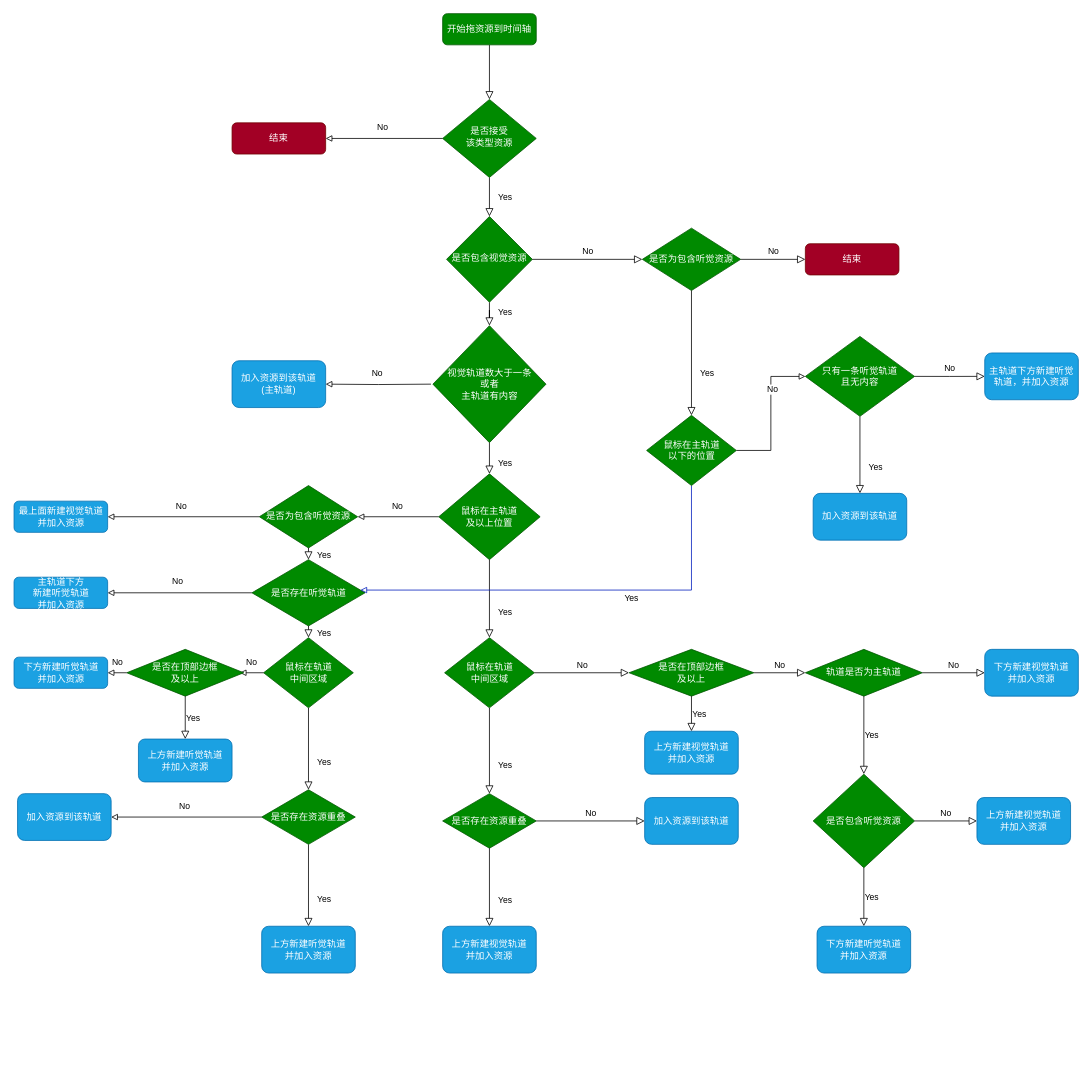
The draw.io diagram Untitled Diagram.drawio in macfanr/SliderView, before the edit. Source tidied: cells renumbered, new cells numbered last; positions are measured from the earlier drawing's top-left corner, leaving out a move shared by most shapes. Both pictures are drawn from the tidied source at 78%, with x=0, y=0 at pixel (14, 13).
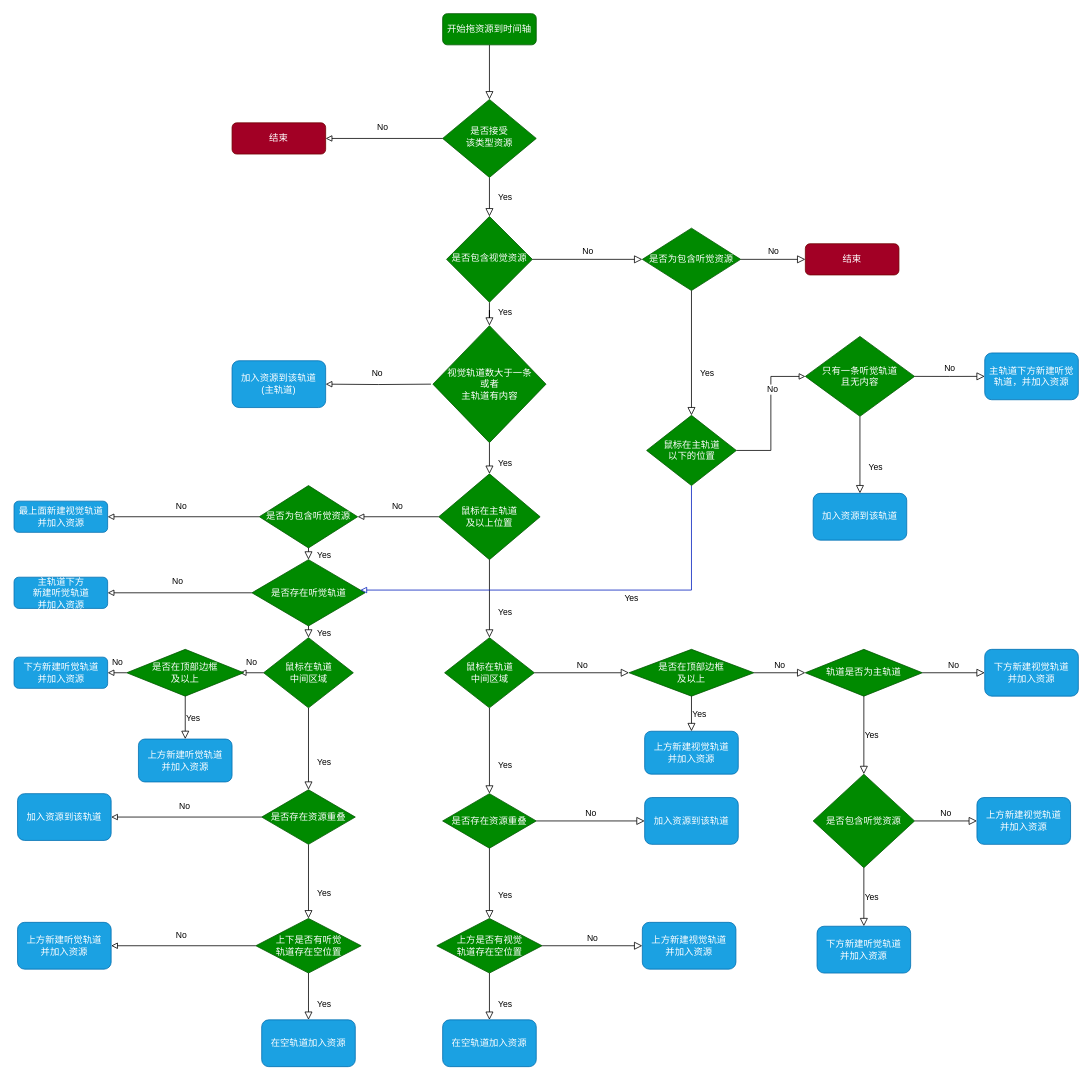
After the change.

The change refers to these unchanged cells:
```xml
<mxCell id="14" value="是否存在资源重叠" style="rhombus;whiteSpace=wrap;html=1;rounded=0;fillColor=#008a00;fontColor=#ffffff;strokeColor=#005700;" parent="1" vertex="1">
  <mxGeometry x="549" y="1000" width="120" height="70" as="geometry" />
</mxCell>
<mxCell id="48" value="是否存在资源重叠" style="rhombus;whiteSpace=wrap;html=1;rounded=0;fillColor=#008a00;fontColor=#ffffff;strokeColor=#005700;" parent="1" vertex="1">
  <mxGeometry x="317" y="995" width="120" height="70" as="geometry" />
</mxCell>
```

The edit, as a diff of the source:
```diff
@@
-    <mxCell id="15" value="Yes" style="rounded=0;html=1;jettySize=auto;fontSize=11;endArrow=block;endFill=0;endSize=8;strokeWidth=1;shadow=0;labelBackgroundColor=none;edgeStyle=orthogonalEdgeStyle;entryX=0.5;entryY=0;entryDx=0;entryDy=0;exitX=0.5;exitY=1;exitDx=0;exitDy=0;" parent="1" edge="1" source="14" target="16">
+    <mxCell id="15" value="Yes" style="rounded=0;html=1;jettySize=auto;fontSize=11;endArrow=block;endFill=0;endSize=8;strokeWidth=1;shadow=0;labelBackgroundColor=none;edgeStyle=orthogonalEdgeStyle;entryX=0.5;entryY=0;entryDx=0;entryDy=0;exitX=0.5;exitY=1;exitDx=0;exitDy=0;" parent="1" edge="1" source="14" target="82">
       <mxGeometry x="0.33" y="20" relative="1" as="geometry" />
     </mxCell>
-    <mxCell id="16" value="上方新建视觉轨道&lt;br&gt;并加入资源" style="whiteSpace=wrap;html=1;rounded=1;glass=0;strokeWidth=1;shadow=0;fillColor=#1ba1e2;fontColor=#ffffff;strokeColor=#006EAF;" parent="1" vertex="1">
-      <mxGeometry x="549" y="1170" width="120" height="60" as="geometry" />
+    <mxCell id="16" value="在空轨道加入资源" style="whiteSpace=wrap;html=1;rounded=1;glass=0;strokeWidth=1;shadow=0;fillColor=#1ba1e2;fontColor=#ffffff;strokeColor=#006EAF;" parent="1" vertex="1">
+      <mxGeometry x="549" y="1290" width="120" height="60" as="geometry" />
     </mxCell>
@@
     <mxCell id="46" value="上方新建听觉轨道&lt;br&gt;并加入资源" style="whiteSpace=wrap;html=1;rounded=1;glass=0;strokeWidth=1;shadow=0;fillColor=#1ba1e2;fontColor=#ffffff;strokeColor=#006EAF;" parent="1" vertex="1">
-      <mxGeometry x="317" y="1170" width="120" height="60" as="geometry" />
+      <mxGeometry x="4" y="1165" width="120" height="60" as="geometry" />
     </mxCell>
-    <mxCell id="47" value="Yes" style="rounded=0;html=1;jettySize=auto;fontSize=11;endArrow=block;endFill=0;endSize=8;strokeWidth=1;shadow=0;labelBackgroundColor=none;edgeStyle=orthogonalEdgeStyle;entryX=0.5;entryY=0;entryDx=0;entryDy=0;exitX=0.5;exitY=1;exitDx=0;exitDy=0;" parent="1" edge="1" source="48" target="46">
+    <mxCell id="47" value="Yes" style="rounded=0;html=1;jettySize=auto;fontSize=11;endArrow=block;endFill=0;endSize=8;strokeWidth=1;shadow=0;labelBackgroundColor=none;edgeStyle=orthogonalEdgeStyle;entryX=0.5;entryY=0;entryDx=0;entryDy=0;exitX=0.5;exitY=1;exitDx=0;exitDy=0;" parent="1" edge="1" source="48" target="86">
       <mxGeometry x="0.33" y="20" relative="1" as="geometry" />
     </mxCell>
@@
+    <mxCell id="82" value="上方是否有视觉&lt;br&gt;轨道存在空位置" style="rhombus;whiteSpace=wrap;html=1;rounded=0;fillColor=#008a00;fontColor=#ffffff;strokeColor=#005700;" parent="1" vertex="1">
+      <mxGeometry x="541.5" y="1160" width="135" height="70" as="geometry" />
+    </mxCell>
+    <mxCell id="83" value="Yes" style="rounded=0;html=1;jettySize=auto;fontSize=11;endArrow=block;endFill=0;endSize=8;strokeWidth=1;shadow=0;labelBackgroundColor=none;edgeStyle=orthogonalEdgeStyle;entryX=0.5;entryY=0;entryDx=0;entryDy=0;exitX=0.5;exitY=1;exitDx=0;exitDy=0;" parent="1" edge="1" source="82" target="16">
+      <mxGeometry x="0.33" y="20" relative="1" as="geometry" />
+    </mxCell>
+    <mxCell id="84" value="No" style="edgeStyle=orthogonalEdgeStyle;rounded=0;html=1;jettySize=auto;fontSize=11;endArrow=block;endFill=0;endSize=8;strokeWidth=1;shadow=0;labelBackgroundColor=none;exitX=1;exitY=0.5;exitDx=0;exitDy=0;" parent="1" edge="1" source="82" target="85">
+      <mxGeometry y="10" relative="1" as="geometry" />
+    </mxCell>
+    <mxCell id="85" value="上方新建视觉轨道&lt;br&gt;并加入资源" style="whiteSpace=wrap;html=1;rounded=1;glass=0;strokeWidth=1;shadow=0;fillColor=#1ba1e2;fontColor=#ffffff;strokeColor=#006EAF;" parent="1" vertex="1">
+      <mxGeometry x="805" y="1165" width="120" height="60" as="geometry" />
+    </mxCell>
+    <mxCell id="86" value="上下是否有听觉&lt;br&gt;轨道存在空位置" style="rhombus;whiteSpace=wrap;html=1;rounded=0;fillColor=#008a00;fontColor=#ffffff;strokeColor=#005700;" parent="1" vertex="1">
+      <mxGeometry x="309.5" y="1160" width="135" height="70" as="geometry" />
+    </mxCell>
+    <mxCell id="87" style="edgeStyle=orthogonalEdgeStyle;rounded=0;jettySize=auto;html=1;endArrow=block;endFill=0;entryX=1;entryY=0.5;entryDx=0;entryDy=0;" parent="1" edge="1" source="86" target="46">
+      <mxGeometry relative="1" as="geometry" />
+    </mxCell>
+    <mxCell id="88" value="No" style="edgeLabel;html=1;align=center;verticalAlign=middle;" parent="87" vertex="1">
+      <mxGeometry x="0.04" y="-1" relative="1" as="geometry">
+        <mxPoint y="-14" as="offset" />
+      </mxGeometry>
+    </mxCell>
+    <mxCell id="89" value="在空轨道加入资源" style="whiteSpace=wrap;html=1;rounded=1;glass=0;strokeWidth=1;shadow=0;fillColor=#1ba1e2;fontColor=#ffffff;strokeColor=#006EAF;" parent="1" vertex="1">
+      <mxGeometry x="317" y="1290" width="120" height="60" as="geometry" />
+    </mxCell>
+    <mxCell id="90" value="Yes" style="rounded=0;html=1;jettySize=auto;fontSize=11;endArrow=block;endFill=0;endSize=8;strokeWidth=1;shadow=0;labelBackgroundColor=none;edgeStyle=orthogonalEdgeStyle;entryX=0.5;entryY=0;entryDx=0;entryDy=0;exitX=0.5;exitY=1;exitDx=0;exitDy=0;" parent="1" edge="1" source="86" target="89">
+      <mxGeometry x="0.33" y="20" relative="1" as="geometry" />
+    </mxCell>
```
